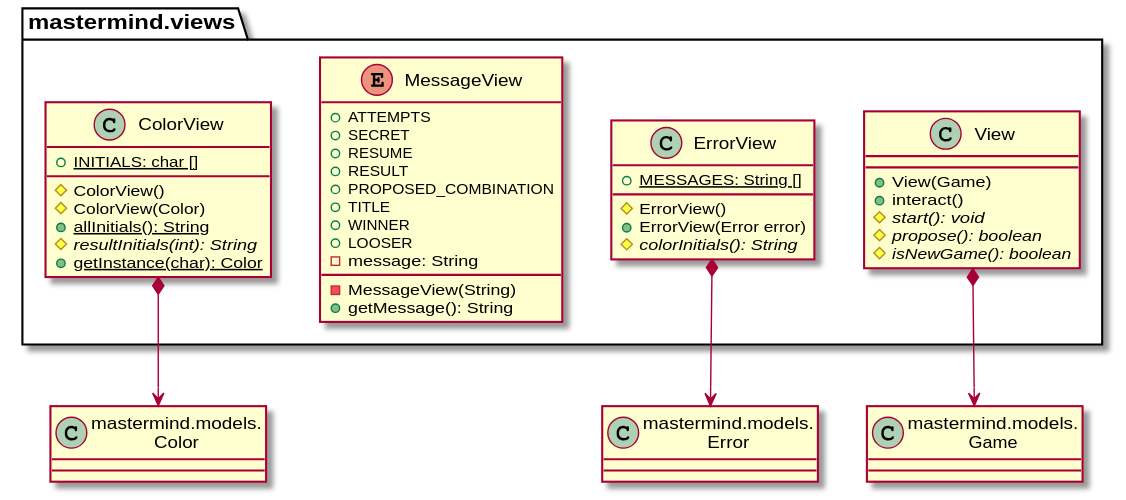
Earlier version of the PlantUML export documentView/withFactoryMethod/docs/diagrams/out/paquetes/mastermind.views.svg (SantaTecla-mastermind/solution.java.swing.socket.sql). Its diagram source:
```plantuml
@startuml
class Error as "mastermind.models.\nError"{}
class Color as "mastermind.models.\nColor"{}
class Game as "mastermind.models.\nGame"{}

class mastermind.views.ColorView{
    + {static} INITIALS: char []
    # ColorView()
    # ColorView(Color)
    + {static} allInitials(): String
    # {abstract} resultInitials(int): String
    + {static} getInstance(char): Color
}
mastermind.views.ColorView *-down-> Color

class mastermind.views.ErrorView{
    + {static} MESSAGES: String []
    # ErrorView()
    + ErrorView(Error error)
    # {abstract} colorInitials(): String
}
mastermind.views.ErrorView *-down-> Error

enum mastermind.views.MessageView{
    + ATTEMPTS
    + SECRET
    + RESUME
    + RESULT
    + PROPOSED_COMBINATION
    + TITLE
    + WINNER
    + LOOSER
    - message: String
    - MessageView(String)
    + getMessage(): String
}

class mastermind.views.View {
    + View(Game)
    + interact()
    # {abstract} start(): void
    # {abstract} propose(): boolean
    # {abstract} isNewGame(): boolean
}
mastermind.views.View *-down-> Game
@enduml
```
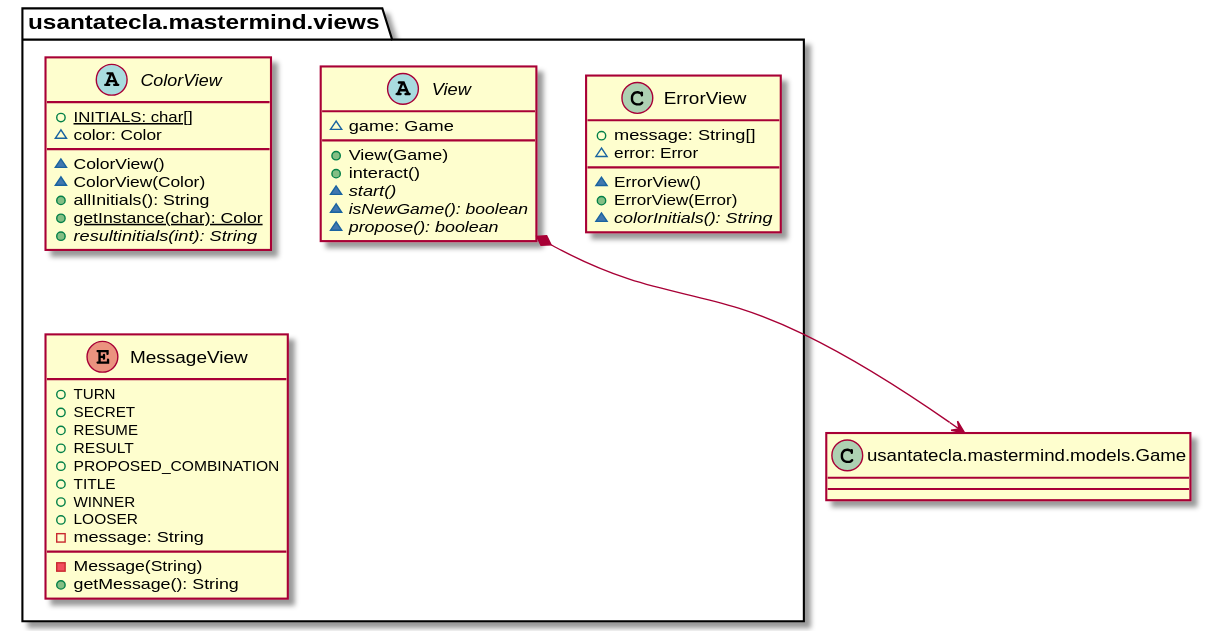
After the change.

The edit, as a diff of the source:
```diff
@@ -1,46 +1,47 @@
 @startuml
-class Error as "mastermind.models.\nError"{}
-class Color as "mastermind.models.\nColor"{}
-class Game as "mastermind.models.\nGame"{}
-
-class mastermind.views.ColorView{
-    + {static} INITIALS: char []
-    # ColorView()
-    # ColorView(Color)
-    + {static} allInitials(): String
-    # {abstract} resultInitials(int): String
-    + {static} getInstance(char): Color
-}
-mastermind.views.ColorView *-down-> Color
-
-class mastermind.views.ErrorView{
-    + {static} MESSAGES: String []
-    # ErrorView()
-    + ErrorView(Error error)
-    # {abstract} colorInitials(): String
-}
-mastermind.views.ErrorView *-down-> Error
-
-enum mastermind.views.MessageView{
-    + ATTEMPTS
-    + SECRET
-    + RESUME
-    + RESULT
-    + PROPOSED_COMBINATION
-    + TITLE
-    + WINNER
-    + LOOSER
-    - message: String
-    - MessageView(String)
-    + getMessage(): String
+abstract class  usantatecla.mastermind.views.ColorView{
++{static} INITIALS: char[]
+~color: Color
+~ ColorView()
+~ ColorView(Color)
++ allInitials(): String
++ {static} getInstance(char): Color
++ {abstract} resultinitials(int): String
 }
 
-class mastermind.views.View {
-    + View(Game)
-    + interact()
-    # {abstract} start(): void
-    # {abstract} propose(): boolean
-    # {abstract} isNewGame(): boolean
+class  usantatecla.mastermind.views.ErrorView{
++ message: String[]
+~ error: Error
+~ ErrorView()
++ ErrorView(Error)
+~ {abstract} colorInitials(): String
 }
-mastermind.views.View *-down-> Game
+
+enum  usantatecla.mastermind.views.MessageView{
++ TURN
++ SECRET
++ RESUME
++ RESULT
++ PROPOSED_COMBINATION
++ TITLE
++ WINNER
++ LOOSER
+- message: String
+- Message(String)
++ getMessage(): String
+}
+
+abstract class  usantatecla.mastermind.views.View{
+~ game: Game
++ View(Game)
++ interact()
+~ {abstract} start()
+~ {abstract} isNewGame(): boolean
+~ {abstract} propose(): boolean
+}
+
+class Game as "usantatecla.mastermind.models.Game"{
+
+}
+usantatecla.mastermind.views.View *-down-> Game
 @enduml
```
